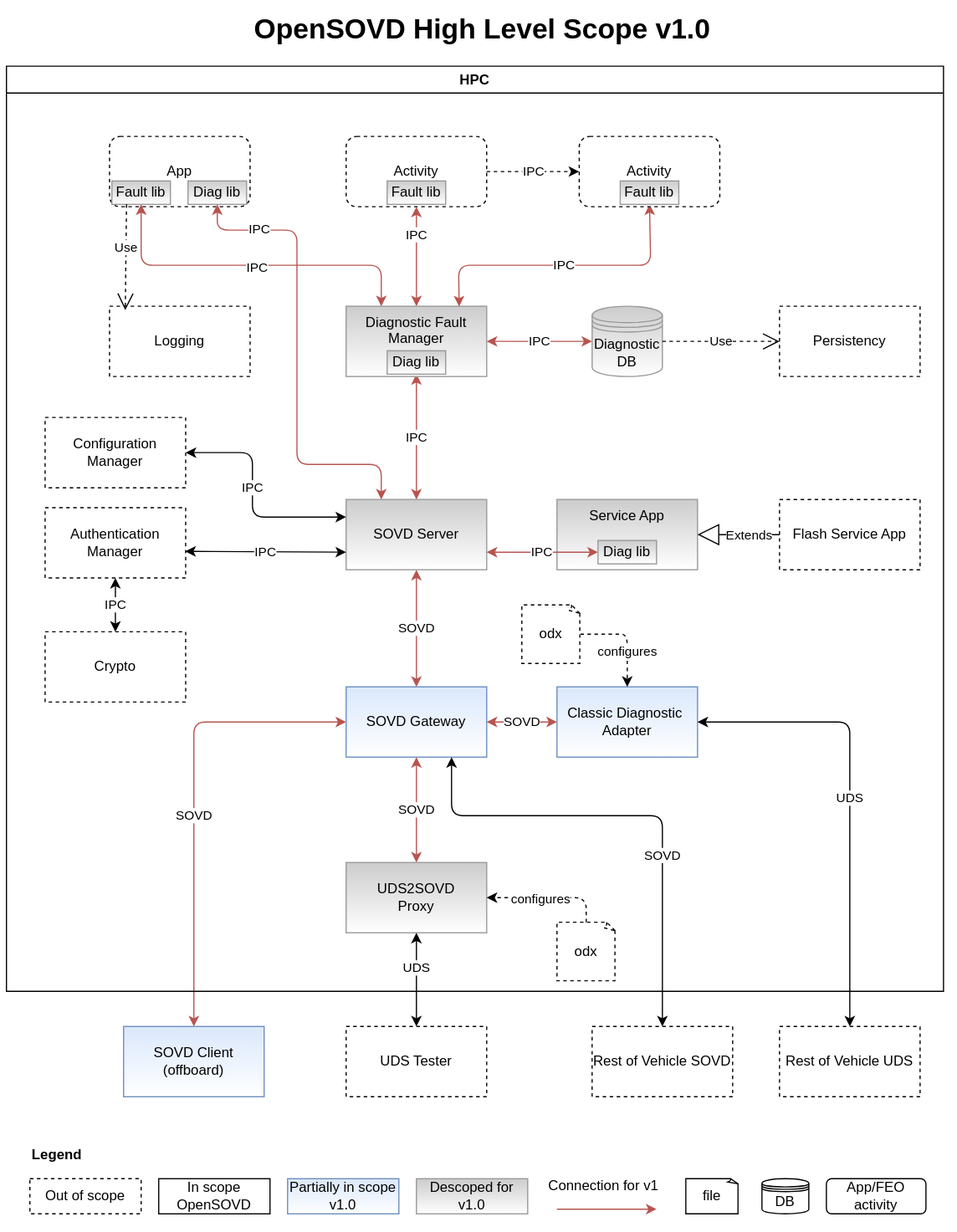
The draw.io diagram docs/design/_assets/OpenSOVD-design-highlevel-scope-v1.drawio.svg in eclipse-opensovd/opensovd, before a commit. Source tidied: cells renumbered, new cells last; positions are measured from the earlier drawing's top-left corner, leaving out a move shared by most shapes.
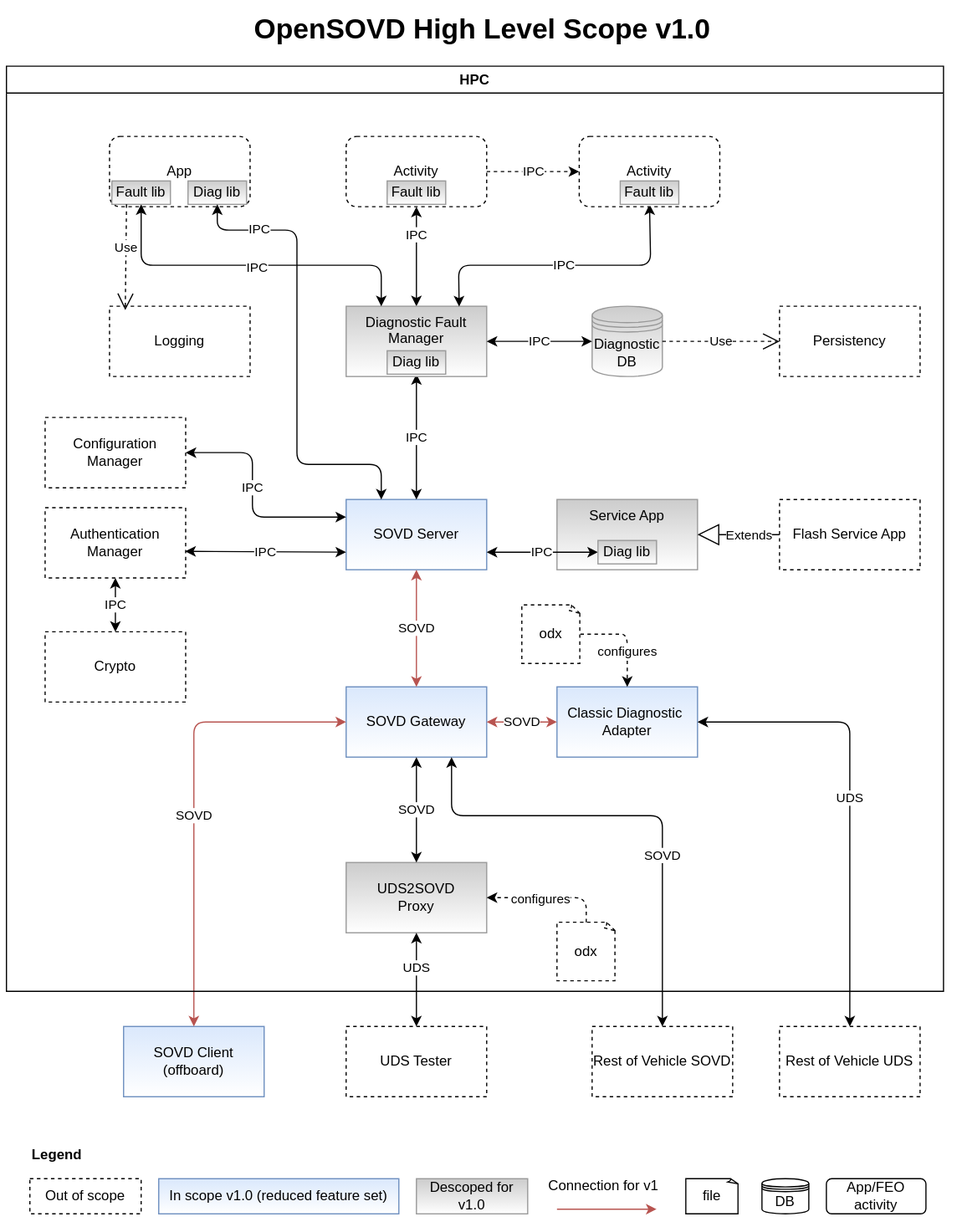
Later version of the same file.

Commit message:
docs: keep minimal SOVD server in v1.0 scope

Keep the SOVD Server in v1.0, limited to the version-info resource, to
integrate it into S-CORE early. DTC and trigger service support stay
deferred.

Update the scope diagram to match: mark the server as in scope, use red
only for v1.0 connections, and relabel the legend so blue means in scope
with a reduced feature set.

The edit, as a diff of the source:
```diff
@@ -2,7 +2,7 @@
   <root>
     <mxCell id="0" />
     <mxCell id="1" parent="0" />
-    <mxCell id="2" value="SOVD Server" style="rounded=0;whiteSpace=wrap;html=1;fillColor=#cccccc;gradientColor=#ffffff;strokeColor=#999999;" parent="1" vertex="1">
+    <mxCell id="2" value="SOVD Server" style="rounded=0;whiteSpace=wrap;html=1;fillColor=#dae8fc;gradientColor=#ffffff;strokeColor=#6c8ebf;" parent="1" vertex="1">
       <mxGeometry x="290" y="421" width="120" height="60" as="geometry" />
     </mxCell>
     <mxCell id="3" value="SOVD Client (offboard)" style="rounded=0;whiteSpace=wrap;html=1;fillColor=#dae8fc;gradientColor=#ffffff;strokeColor=#6c8ebf;" parent="1" vertex="1">
@@ -32,7 +32,7 @@
     <mxCell id="11" value="Flash Service App" style="rounded=0;whiteSpace=wrap;html=1;dashed=1;" parent="1" vertex="1">
       <mxGeometry x="660" y="421" width="120" height="60" as="geometry" />
     </mxCell>
-    <mxCell id="12" value="IPC" style="endArrow=classic;html=1;entryX=0.5;entryY=0;entryDx=0;entryDy=0;exitX=0.5;exitY=1;exitDx=0;exitDy=0;startArrow=classic;startFill=1;strokeColor=#b85450;" parent="1" edge="1" source="53" target="2">
+    <mxCell id="12" value="IPC" style="endArrow=classic;html=1;entryX=0.5;entryY=0;entryDx=0;entryDy=0;exitX=0.5;exitY=1;exitDx=0;exitDy=0;startArrow=classic;startFill=1;" parent="1" edge="1" source="53" target="2">
       <mxGeometry relative="1" as="geometry" />
     </mxCell>
     <mxCell id="13" value="IPC" style="endArrow=classic;startArrow=classic;html=1;entryX=0;entryY=0.25;entryDx=0;entryDy=0;exitX=1;exitY=0.5;exitDx=0;exitDy=0;" parent="1" edge="1" source="31" target="2">
@@ -43,7 +43,7 @@
         </Array>
       </mxGeometry>
     </mxCell>
-    <mxCell id="14" value="IPC" style="endArrow=classic;startArrow=classic;html=1;entryX=1;entryY=0.75;entryDx=0;entryDy=0;exitX=0;exitY=0.5;exitDx=0;exitDy=0;strokeColor=#b85450;" parent="1" edge="1" source="54" target="2">
+    <mxCell id="14" value="IPC" style="endArrow=classic;startArrow=classic;html=1;entryX=1;entryY=0.75;entryDx=0;entryDy=0;exitX=0;exitY=0.5;exitDx=0;exitDy=0;" parent="1" edge="1" source="54" target="2">
       <mxGeometry relative="1" as="geometry" />
     </mxCell>
     <mxCell id="15" value="Extends" style="endArrow=block;endSize=16;endFill=0;html=1;exitX=0;exitY=0.5;exitDx=0;exitDy=0;" parent="1" edge="1" source="11" target="6">
@@ -81,7 +81,7 @@
     <mxCell id="21" value="UDS" style="endArrow=classic;startArrow=classic;html=1;exitX=0.5;exitY=0;exitDx=0;exitDy=0;entryX=0.5;entryY=1;entryDx=0;entryDy=0;" parent="1" edge="1" source="10" target="4">
       <mxGeometry x="0.25" relative="1" as="geometry" />
     </mxCell>
-    <mxCell id="22" value="SOVD" style="endArrow=classic;startArrow=classic;html=1;exitX=0.5;exitY=1;exitDx=0;exitDy=0;entryX=0.5;entryY=0;entryDx=0;entryDy=0;strokeColor=#b85450;" parent="1" edge="1" source="9" target="4">
+    <mxCell id="22" value="SOVD" style="endArrow=classic;startArrow=classic;html=1;exitX=0.5;exitY=1;exitDx=0;exitDy=0;entryX=0.5;entryY=0;entryDx=0;entryDy=0;" parent="1" edge="1" source="9" target="4">
       <mxGeometry relative="1" as="geometry" />
     </mxCell>
     <mxCell id="23" value="odx" style="whiteSpace=wrap;html=1;shape=mxgraph.basic.document;dashed=1;" parent="1" vertex="1">
@@ -129,7 +129,7 @@
     <mxCell id="34" value="IPC" style="endArrow=classic;startArrow=classic;html=1;entryX=0.5;entryY=1;entryDx=0;entryDy=0;exitX=0.5;exitY=0;exitDx=0;exitDy=0;" parent="29" edge="1" source="33" target="32">
       <mxGeometry relative="1" as="geometry" />
     </mxCell>
-    <mxCell id="35" value="IPC" style="endArrow=classic;html=1;entryX=0.5;entryY=0;entryDx=0;entryDy=0;exitX=0.5;exitY=1;exitDx=0;exitDy=0;rounded=1;align=center;verticalAlign=middle;fontFamily=Helvetica;fontSize=11;fontColor=default;labelBackgroundColor=default;startArrow=classic;strokeColor=#b85450;" parent="29" edge="1" source="45" target="36">
+    <mxCell id="35" value="IPC" style="endArrow=classic;html=1;entryX=0.5;entryY=0;entryDx=0;entryDy=0;exitX=0.5;exitY=1;exitDx=0;exitDy=0;rounded=1;align=center;verticalAlign=middle;fontFamily=Helvetica;fontSize=11;fontColor=default;labelBackgroundColor=default;startArrow=classic;" parent="29" edge="1" source="45" target="36">
       <mxGeometry x="-0.43" relative="1" as="geometry" />
     </mxCell>
     <mxCell id="36" value="Diagnostic Fault Manager" style="rounded=0;whiteSpace=wrap;html=1;verticalAlign=top;fillColor=#cccccc;gradientColor=#ffffff;strokeColor=#999999;" parent="29" vertex="1">
@@ -138,7 +138,7 @@
     <mxCell id="37" value="Diagnostic DB" style="shape=datastore;whiteSpace=wrap;html=1;fillColor=#cccccc;gradientColor=#ffffff;strokeColor=#999999;" parent="29" vertex="1">
       <mxGeometry x="500" y="205" width="60" height="60" as="geometry" />
     </mxCell>
-    <mxCell id="38" value="IPC" style="endArrow=classic;html=1;exitX=0.5;exitY=1;exitDx=0;exitDy=0;entryX=0.804;entryY=0.003;entryDx=0;entryDy=0;entryPerimeter=0;rounded=1;align=center;verticalAlign=middle;fontFamily=Helvetica;fontSize=11;fontColor=default;labelBackgroundColor=default;startArrow=classic;strokeColor=#b85450;" parent="29" edge="1" source="50" target="36">
+    <mxCell id="38" value="IPC" style="endArrow=classic;html=1;exitX=0.5;exitY=1;exitDx=0;exitDy=0;entryX=0.804;entryY=0.003;entryDx=0;entryDy=0;entryPerimeter=0;rounded=1;align=center;verticalAlign=middle;fontFamily=Helvetica;fontSize=11;fontColor=default;labelBackgroundColor=default;startArrow=classic;" parent="29" edge="1" source="50" target="36">
       <mxGeometry relative="1" as="geometry">
         <Array as="points">
           <mxPoint x="550" y="170" />
@@ -146,7 +146,7 @@
         </Array>
       </mxGeometry>
     </mxCell>
-    <mxCell id="39" value="IPC" style="endArrow=classic;startArrow=classic;html=1;entryX=0;entryY=0.5;entryDx=0;entryDy=0;exitX=1;exitY=0.5;exitDx=0;exitDy=0;strokeColor=#b85450;" parent="29" edge="1" source="36" target="37">
+    <mxCell id="39" value="IPC" style="endArrow=classic;startArrow=classic;html=1;entryX=0;entryY=0.5;entryDx=0;entryDy=0;exitX=1;exitY=0.5;exitDx=0;exitDy=0;" parent="29" edge="1" source="36" target="37">
       <mxGeometry relative="1" as="geometry" />
     </mxCell>
     <mxCell id="40" value="Persistency" style="rounded=0;whiteSpace=wrap;html=1;dashed=1;" parent="29" vertex="1">
@@ -155,7 +155,7 @@
     <mxCell id="41" value="Use" style="endArrow=open;endSize=12;dashed=1;html=1;exitX=1;exitY=0.5;exitDx=0;exitDy=0;rounded=1;strokeColor=default;align=center;verticalAlign=middle;fontFamily=Helvetica;fontSize=11;fontColor=default;labelBackgroundColor=default;" parent="29" edge="1" source="37" target="40">
       <mxGeometry relative="1" as="geometry" />
     </mxCell>
-    <mxCell id="42" style="edgeStyle=orthogonalEdgeStyle;rounded=1;jettySize=auto;html=1;entryX=0.25;entryY=0;entryDx=0;entryDy=0;align=center;verticalAlign=middle;fontFamily=Helvetica;fontSize=11;fontColor=default;labelBackgroundColor=default;endArrow=classic;startArrow=classic;strokeColor=#b85450;" parent="29" edge="1" source="44" target="36">
+    <mxCell id="42" style="edgeStyle=orthogonalEdgeStyle;rounded=1;jettySize=auto;html=1;entryX=0.25;entryY=0;entryDx=0;entryDy=0;align=center;verticalAlign=middle;fontFamily=Helvetica;fontSize=11;fontColor=default;labelBackgroundColor=default;endArrow=classic;startArrow=classic;" parent="29" edge="1" source="44" target="36">
       <mxGeometry relative="1" as="geometry">
         <Array as="points">
           <mxPoint x="115" y="170" />
@@ -201,7 +201,7 @@
     <mxCell id="54" value="Diag lib" style="rounded=0;whiteSpace=wrap;html=1;fillColor=#cccccc;gradientColor=#ffffff;strokeColor=#999999;" parent="29" vertex="1">
       <mxGeometry x="505" y="405" width="50" height="20" as="geometry" />
     </mxCell>
-    <mxCell id="55" style="edgeStyle=orthogonalEdgeStyle;rounded=1;jettySize=auto;html=1;align=center;verticalAlign=middle;fontFamily=Helvetica;fontSize=11;fontColor=default;labelBackgroundColor=default;endArrow=classic;startArrow=classic;entryX=0.25;entryY=0;entryDx=0;entryDy=0;strokeColor=#b85450;" parent="1" edge="1" source="52" target="2">
+    <mxCell id="55" style="edgeStyle=orthogonalEdgeStyle;rounded=1;jettySize=auto;html=1;align=center;verticalAlign=middle;fontFamily=Helvetica;fontSize=11;fontColor=default;labelBackgroundColor=default;endArrow=classic;startArrow=classic;entryX=0.25;entryY=0;entryDx=0;entryDy=0;" parent="1" edge="1" source="52" target="2">
       <mxGeometry relative="1" as="geometry">
         <Array as="points">
           <mxPoint x="180" y="191" />
@@ -222,11 +222,8 @@
     <mxCell id="58" value="Out of scope" style="rounded=0;whiteSpace=wrap;html=1;dashed=1;" parent="1" vertex="1">
       <mxGeometry x="20" y="1001" width="95" height="30" as="geometry" />
     </mxCell>
-    <mxCell id="59" value="In scope OpenSOVD" style="rounded=0;whiteSpace=wrap;html=1;" parent="1" vertex="1">
-      <mxGeometry x="130" y="1001" width="95" height="30" as="geometry" />
-    </mxCell>
-    <mxCell id="60" value="Partially in scope v1.0" style="rounded=0;whiteSpace=wrap;html=1;fillColor=#dae8fc;gradientColor=#ffffff;strokeColor=#6c8ebf;" parent="1" vertex="1">
-      <mxGeometry x="240" y="1001" width="95" height="30" as="geometry" />
+    <mxCell id="60" value="In scope v1.0 (reduced feature set)" style="rounded=0;whiteSpace=wrap;html=1;fillColor=#dae8fc;gradientColor=#ffffff;strokeColor=#6c8ebf;" parent="1" vertex="1">
+      <mxGeometry x="130" y="1001" width="205" height="30" as="geometry" />
     </mxCell>
     <mxCell id="61" value="Descoped for v1.0" style="rounded=0;whiteSpace=wrap;html=1;fillColor=#cccccc;gradientColor=#ffffff;strokeColor=#999999;" parent="1" vertex="1">
       <mxGeometry x="350" y="1001" width="95" height="30" as="geometry" />
```
